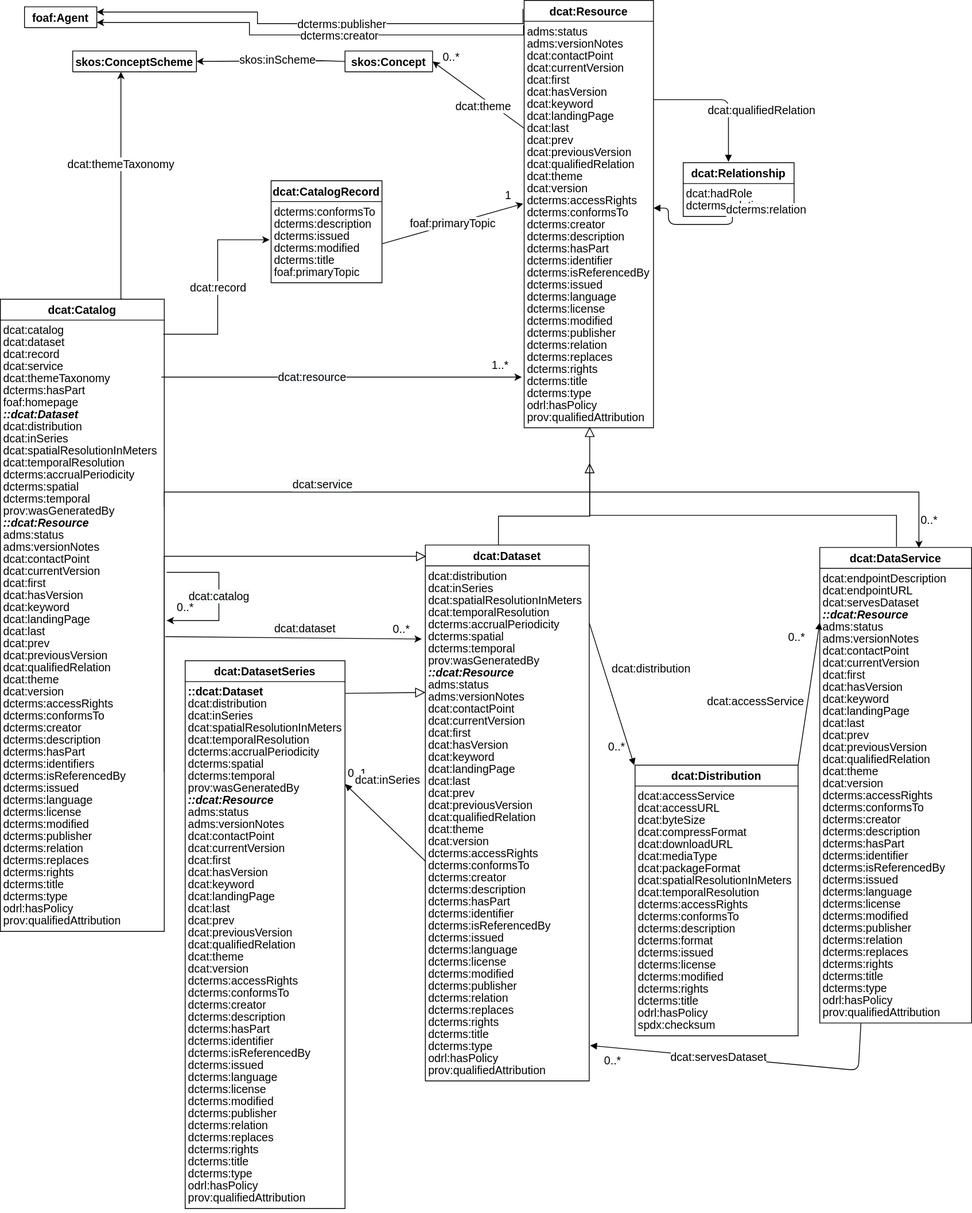
w3c/dxwg keeps this draw.io diagram as dcat/images/dcat-all-attributes.svg. Above is the earlier version. Source tidied: cells renumbered, new cells last; positions are measured from the earlier drawing's top-left corner, leaving out a move shared by most shapes.
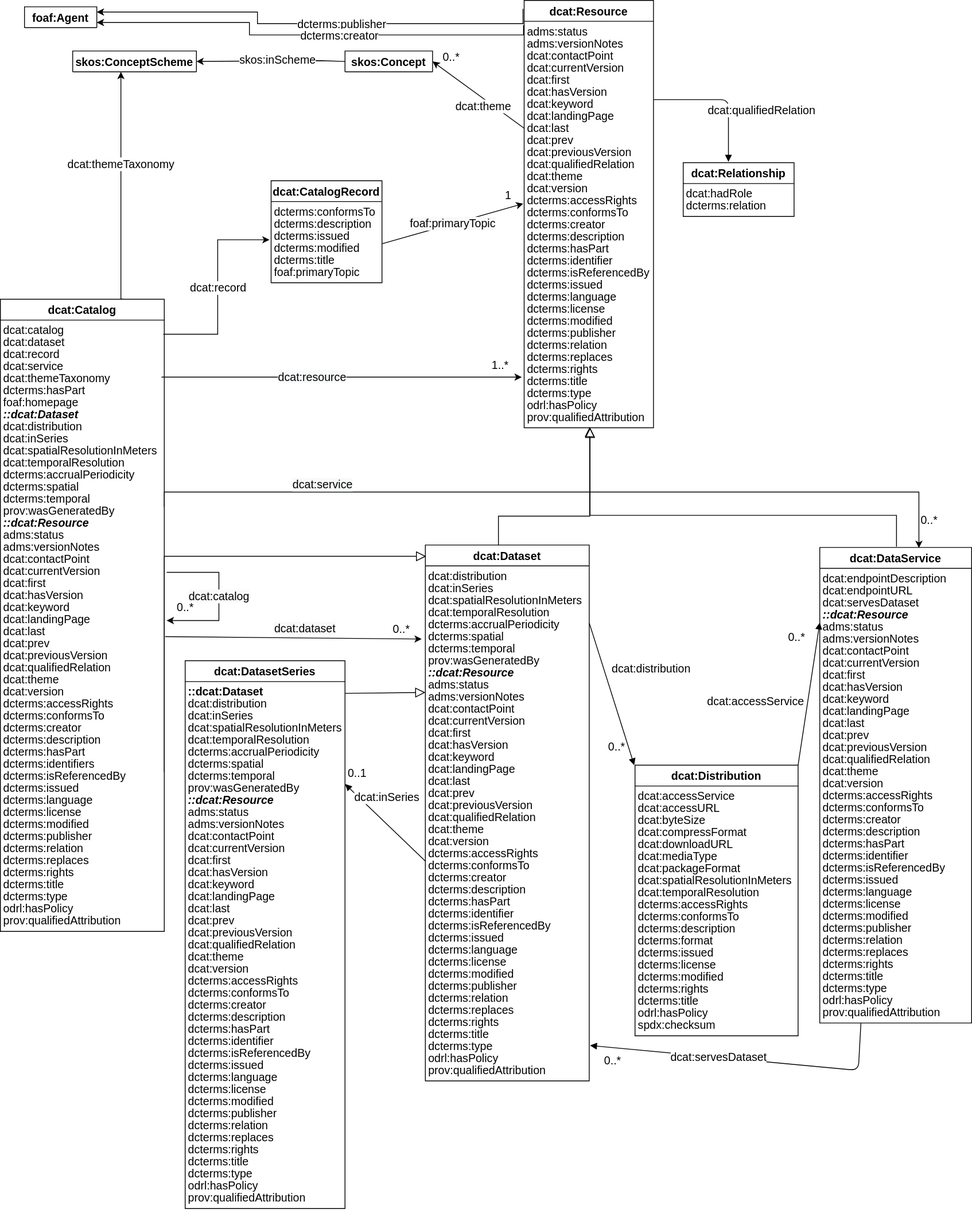
Later version of the same file.

Commit message:
fixing some glitches in the class diagram

The edit, as a diff of the source:
```diff
@@ -610,7 +610,7 @@
     <mxCell id="192" style="endArrow=block;endSize=10;endFill=0;shadow=0;strokeWidth=1;rounded=0;edgeStyle=elbowEdgeStyle;elbow=vertical;fontSize=14;spacing=0;" parent="1" edge="1">
       <mxGeometry relative="1" as="geometry">
         <mxPoint x="1115.5" y="680" as="sourcePoint" />
-        <mxPoint x="733.5" y="576" as="targetPoint" />
+        <mxPoint x="734" y="532" as="targetPoint" />
         <Array as="points">
           <mxPoint x="920" y="641" />
           <mxPoint x="891" y="621" />
@@ -773,9 +773,6 @@
     <mxCell id="229" value="dcterms:relation" style="text;strokeColor=none;fillColor=none;align=left;verticalAlign=top;spacingLeft=4;spacingRight=4;overflow=hidden;points=[[0,0.5],[1,0.5]];portConstraint=eastwest;fontStyle=0;spacing=0;fontSize=14;" parent="227" vertex="1">
       <mxGeometry y="41" width="138" height="26" as="geometry" />
     </mxCell>
-    <mxCell id="230" value="dcterms:relation" style="endArrow=block;endFill=1;html=1;edgeStyle=orthogonalEdgeStyle;align=left;verticalAlign=top;fontSize=14;exitX=0.444;exitY=0.974;exitDx=0;exitDy=0;exitPerimeter=0;entryX=1;entryY=0.5;entryDx=0;entryDy=0;spacing=0;" parent="1" edge="1" source="229" target="80">
-      <mxGeometry x="-0.73" y="-31" relative="1" as="geometry" />
-    </mxCell>
     <mxCell id="231" value="dcat:qualifiedRelation" style="endArrow=block;endFill=1;html=1;edgeStyle=orthogonalEdgeStyle;align=left;verticalAlign=top;fontSize=14;exitX=1;exitY=0.5;exitDx=0;exitDy=0;entryX=0.408;entryY=-0.017;entryDx=0;entryDy=0;entryPerimeter=0;spacing=0;" parent="1" edge="1" source="71" target="227">
       <mxGeometry x="-0.2" relative="1" as="geometry" />
     </mxCell>
@@ -937,7 +934,7 @@
     </mxCell>
     <mxCell id="282" value="dcat:inSeries" style="edgeLabel;html=1;align=center;verticalAlign=middle;fontSize=14;spacing=0;" parent="280" vertex="1">
       <mxGeometry x="0.13" y="-1" relative="1" as="geometry">
-        <mxPoint x="8" y="-46" as="offset" />
+        <mxPoint x="7" y="-25" as="offset" />
       </mxGeometry>
     </mxCell>
     <mxCell id="283" value="&lt;span style=&quot;font-size: 14px; text-align: left; background-color: rgb(248, 249, 250);&quot;&gt;dcat:dataset&lt;/span&gt;" style="rounded=0;jettySize=auto;html=1;fontSize=14;spacing=0;entryX=-0.022;entryY=1.067;entryDx=0;entryDy=0;entryPerimeter=0;" parent="1" edge="1" target="116">
```
